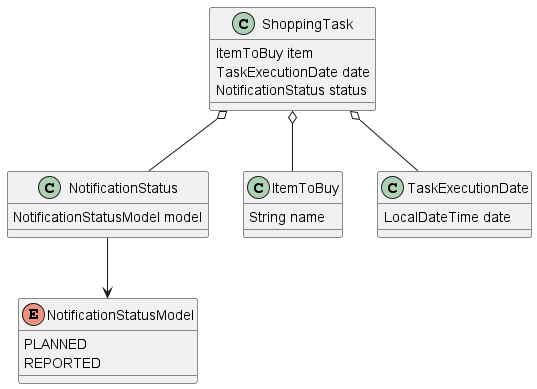
Above: design/images/aggregate.png in zoeque/shopping-elephant (PlantUML), before the change. The source it was exported from:
```plantuml
@startuml
class ShoppingTask {
  ItemToBuy item
  TaskExecutionDate date
  NotificationStatus status
}
class NotificationStatus {
  NotificationStatusModel model
}
enum NotificationStatusModel {
  PLANNED
  REPORTED
}
class ItemToBuy {
  String name
}
class TaskExecutionDate {
  LocalDateTime date
}

ShoppingTask o-- ItemToBuy
ShoppingTask o-- TaskExecutionDate
ShoppingTask o-- NotificationStatus
NotificationStatus --> NotificationStatusModel
@enduml
```
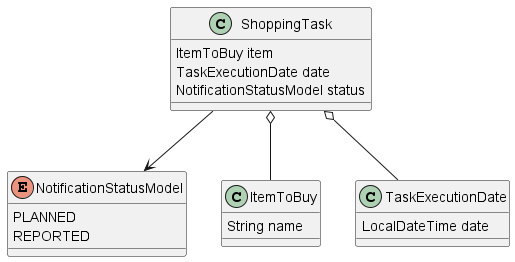
The same diagram one commit later.

Commit message:
#4 - Create aggregate model for the Shopping task

Change to the diagram source:
```diff
@@ -2,11 +2,9 @@
 class ShoppingTask {
   ItemToBuy item
   TaskExecutionDate date
-  NotificationStatus status
+  NotificationStatusModel status
 }
-class NotificationStatus {
-  NotificationStatusModel model
-}
+
 enum NotificationStatusModel {
   PLANNED
   REPORTED
@@ -20,6 +18,5 @@
 
 ShoppingTask o-- ItemToBuy
 ShoppingTask o-- TaskExecutionDate
-ShoppingTask o-- NotificationStatus
-NotificationStatus --> NotificationStatusModel
+ShoppingTask --> NotificationStatusModel
 @enduml
```
